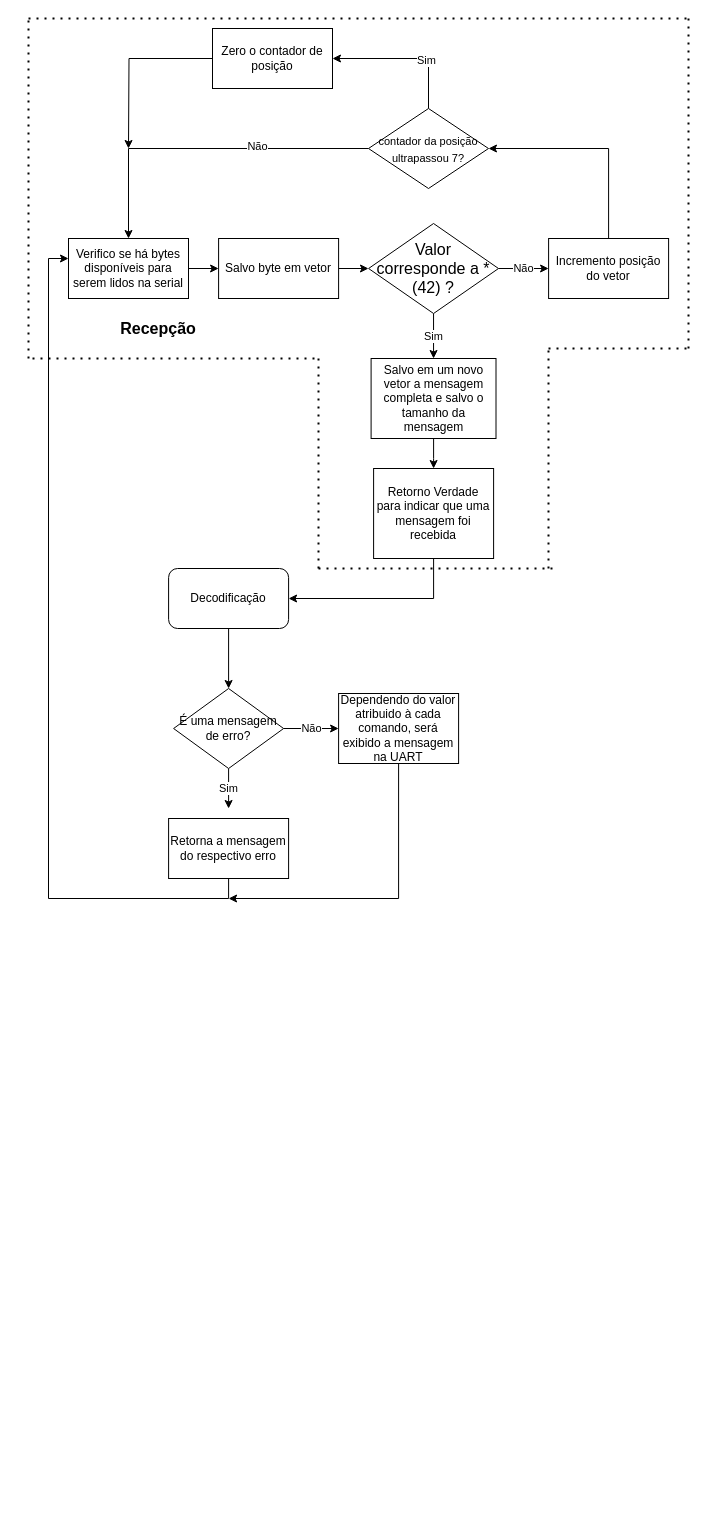
Before: Projeto 2/EA076_Fluxograma_1.drawio in GustavoFA/EA076_2022_1S, a draw.io diagram. Source tidied: cells renumbered, new cells numbered last; positions are measured from the earlier drawing's top-left corner, leaving out a move shared by most shapes. Both pictures are drawn from the tidied source at 100%, with x=0, y=0 at pixel (28, 18).
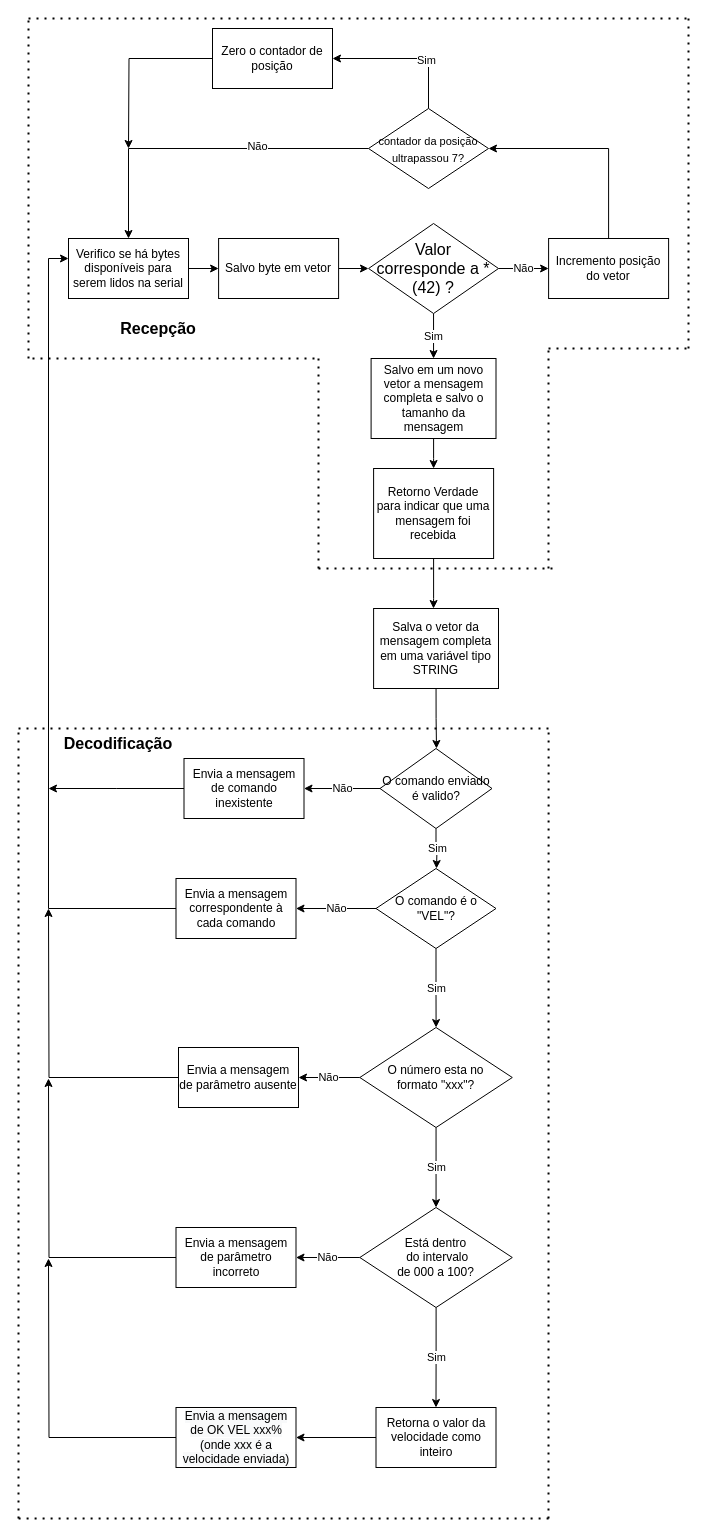
The same page after the edit.

Unchanged cells that the change refers to:
```xml
<mxCell id="10" value="Retorno Verdade para indicar que uma mensagem foi recebida" style="rounded=0;whiteSpace=wrap;html=1;" parent="1" vertex="1">
  <mxGeometry x="345.1" y="450" width="120" height="90" as="geometry" />
</mxCell>
```

The edit, as a diff of the source:
```diff
@@
-    <mxCell id="2" style="edgeStyle=orthogonalEdgeStyle;rounded=0;jettySize=auto;html=1;exitX=0.5;exitY=1;exitDx=0;exitDy=0;entryX=0.5;entryY=0;entryDx=0;entryDy=0;" parent="1" edge="1" source="3" target="13">
-      <mxGeometry relative="1" as="geometry" />
-    </mxCell>
-    <mxCell id="3" value="Decodificação" style="rounded=1;whiteSpace=wrap;html=1;" parent="1" vertex="1">
-      <mxGeometry x="140.1" y="550" width="120" height="60" as="geometry" />
-    </mxCell>
@@
-    <mxCell id="9" style="edgeStyle=orthogonalEdgeStyle;rounded=0;jettySize=auto;html=1;exitX=0.5;exitY=1;exitDx=0;exitDy=0;entryX=1;entryY=0.5;entryDx=0;entryDy=0;" parent="1" edge="1" source="10" target="3">
-      <mxGeometry relative="1" as="geometry" />
+    <mxCell id="9" style="edgeStyle=orthogonalEdgeStyle;rounded=0;jettySize=auto;html=1;exitX=0.5;exitY=1;exitDx=0;exitDy=0;" parent="1" edge="1" source="10">
+      <mxGeometry relative="1" as="geometry">
+        <mxPoint x="405" y="590" as="targetPoint" />
+        <Array as="points">
+          <mxPoint x="405" y="580" />
+        </Array>
+      </mxGeometry>
     </mxCell>
@@
-    <mxCell id="11" value="Sim" style="edgeStyle=orthogonalEdgeStyle;rounded=0;jettySize=auto;html=1;exitX=0.5;exitY=1;exitDx=0;exitDy=0;" parent="1" edge="1" source="13">
-      <mxGeometry relative="1" as="geometry">
-        <mxPoint x="200.1" y="790" as="targetPoint" />
-      </mxGeometry>
-    </mxCell>
-    <mxCell id="12" value="Não" style="edgeStyle=orthogonalEdgeStyle;rounded=0;jettySize=auto;html=1;exitX=1;exitY=0.5;exitDx=0;exitDy=0;entryX=0;entryY=0.5;entryDx=0;entryDy=0;" parent="1" edge="1" source="13" target="17">
-      <mxGeometry relative="1" as="geometry" />
-    </mxCell>
-    <mxCell id="13" value="É uma mensagem de erro?" style="rhombus;whiteSpace=wrap;html=1;" parent="1" vertex="1">
-      <mxGeometry x="145.1" y="670" width="110" height="80" as="geometry" />
-    </mxCell>
-    <mxCell id="14" style="edgeStyle=orthogonalEdgeStyle;rounded=0;jettySize=auto;html=1;exitX=0.5;exitY=1;exitDx=0;exitDy=0;" parent="1" edge="1" source="15">
+    <mxCell id="14" style="edgeStyle=orthogonalEdgeStyle;rounded=0;jettySize=auto;html=1;exitX=0;exitY=0.5;exitDx=0;exitDy=0;" parent="1" edge="1" source="49">
       <mxGeometry relative="1" as="geometry">
         <mxPoint x="40" y="240" as="targetPoint" />
         <Array as="points">
-          <mxPoint x="200" y="880" />
-          <mxPoint x="20" y="880" />
+          <mxPoint x="20" y="890" />
           <mxPoint x="20" y="240" />
-          <mxPoint x="40" y="240" />
         </Array>
       </mxGeometry>
     </mxCell>
-    <mxCell id="15" value="Retorna a mensagem do respectivo erro" style="rounded=0;whiteSpace=wrap;html=1;" parent="1" vertex="1">
-      <mxGeometry x="140.1" y="800" width="120" height="60" as="geometry" />
-    </mxCell>
-    <mxCell id="16" style="edgeStyle=orthogonalEdgeStyle;rounded=0;jettySize=auto;html=1;exitX=0.5;exitY=1;exitDx=0;exitDy=0;" parent="1" edge="1" source="17">
-      <mxGeometry relative="1" as="geometry">
-        <mxPoint x="200.1" y="880" as="targetPoint" />
-        <Array as="points">
-          <mxPoint x="370.1" y="880" />
-        </Array>
-      </mxGeometry>
-    </mxCell>
-    <mxCell id="17" value="Dependendo do valor atribuido à cada comando, será exibido a mensagem na UART" style="rounded=0;whiteSpace=wrap;html=1;" parent="1" vertex="1">
-      <mxGeometry x="310.1" y="675" width="120" height="70" as="geometry" />
-    </mxCell>
@@
+    <mxCell id="40" style="edgeStyle=orthogonalEdgeStyle;rounded=0;jettySize=auto;html=1;exitX=0.5;exitY=1;exitDx=0;exitDy=0;" parent="1" edge="1" source="41">
+      <mxGeometry relative="1" as="geometry">
+        <mxPoint x="408" y="730" as="targetPoint" />
+      </mxGeometry>
+    </mxCell>
+    <mxCell id="41" value="Salva o vetor da mensagem completa em uma variável tipo STRING" style="rounded=0;whiteSpace=wrap;html=1;" parent="1" vertex="1">
+      <mxGeometry x="345.1" y="590" width="124.9" height="80" as="geometry" />
+    </mxCell>
+    <mxCell id="42" value="Não" style="edgeStyle=orthogonalEdgeStyle;rounded=0;jettySize=auto;html=1;" parent="1" edge="1" source="43" target="45">
+      <mxGeometry relative="1" as="geometry" />
+    </mxCell>
+    <mxCell id="11" value="Sim" style="edgeStyle=orthogonalEdgeStyle;rounded=0;jettySize=auto;html=1;exitX=0.5;exitY=1;exitDx=0;exitDy=0;" parent="1" edge="1" source="43">
+      <mxGeometry relative="1" as="geometry">
+        <mxPoint x="408" y="850" as="targetPoint" />
+      </mxGeometry>
+    </mxCell>
+    <mxCell id="43" value="O comando enviado é valido?" style="rhombus;whiteSpace=wrap;html=1;" parent="1" vertex="1">
+      <mxGeometry x="351.5" y="730" width="112" height="80" as="geometry" />
+    </mxCell>
+    <mxCell id="44" style="edgeStyle=orthogonalEdgeStyle;rounded=0;jettySize=auto;html=1;exitX=0;exitY=0.5;exitDx=0;exitDy=0;" parent="1" edge="1" source="45">
+      <mxGeometry relative="1" as="geometry">
+        <mxPoint x="20" y="770" as="targetPoint" />
+      </mxGeometry>
+    </mxCell>
+    <mxCell id="45" value="Envia a mensagem de comando inexistente" style="whiteSpace=wrap;html=1;" parent="1" vertex="1">
+      <mxGeometry x="155.5" y="740" width="120" height="60" as="geometry" />
+    </mxCell>
+    <mxCell id="46" value="Não" style="edgeStyle=orthogonalEdgeStyle;rounded=0;jettySize=auto;html=1;" parent="1" edge="1" source="48" target="49">
+      <mxGeometry relative="1" as="geometry" />
+    </mxCell>
+    <mxCell id="47" value="Sim" style="edgeStyle=orthogonalEdgeStyle;rounded=0;jettySize=auto;html=1;" parent="1" edge="1" source="48" target="52">
+      <mxGeometry relative="1" as="geometry" />
+    </mxCell>
+    <mxCell id="48" value="O comando é o &lt;br&gt;&quot;VEL&quot;?" style="rhombus;whiteSpace=wrap;html=1;" parent="1" vertex="1">
+      <mxGeometry x="347.5" y="850" width="120" height="80" as="geometry" />
+    </mxCell>
+    <mxCell id="49" value="Envia a mensagem correspondente à cada comando" style="whiteSpace=wrap;html=1;" parent="1" vertex="1">
+      <mxGeometry x="147.5" y="860" width="120" height="60" as="geometry" />
+    </mxCell>
+    <mxCell id="50" value="Não" style="edgeStyle=orthogonalEdgeStyle;rounded=0;jettySize=auto;html=1;" parent="1" edge="1" source="52" target="54">
+      <mxGeometry relative="1" as="geometry" />
+    </mxCell>
+    <mxCell id="51" value="Sim" style="edgeStyle=orthogonalEdgeStyle;rounded=0;jettySize=auto;html=1;" parent="1" edge="1" source="52" target="57">
+      <mxGeometry relative="1" as="geometry" />
+    </mxCell>
+    <mxCell id="52" value="O número esta no &lt;br&gt;formato &quot;xxx&quot;?" style="rhombus;whiteSpace=wrap;html=1;" parent="1" vertex="1">
+      <mxGeometry x="331.3" y="1009" width="152.5" height="100" as="geometry" />
+    </mxCell>
+    <mxCell id="53" style="edgeStyle=orthogonalEdgeStyle;rounded=0;jettySize=auto;html=1;exitX=0;exitY=0.5;exitDx=0;exitDy=0;" parent="1" edge="1" source="54">
+      <mxGeometry relative="1" as="geometry">
+        <mxPoint x="20" y="890" as="targetPoint" />
+      </mxGeometry>
+    </mxCell>
+    <mxCell id="54" value="Envia a mensagem de parâmetro ausente" style="whiteSpace=wrap;html=1;" parent="1" vertex="1">
+      <mxGeometry x="150" y="1029" width="120" height="60" as="geometry" />
+    </mxCell>
+    <mxCell id="55" value="Não" style="edgeStyle=orthogonalEdgeStyle;rounded=0;jettySize=auto;html=1;" parent="1" edge="1" source="57" target="59">
+      <mxGeometry relative="1" as="geometry" />
+    </mxCell>
+    <mxCell id="56" value="Sim" style="edgeStyle=orthogonalEdgeStyle;rounded=0;jettySize=auto;html=1;" parent="1" edge="1" source="57" target="61">
+      <mxGeometry relative="1" as="geometry" />
+    </mxCell>
+    <mxCell id="57" value="Está dentro&lt;br&gt;&amp;nbsp;do intervalo &lt;br&gt;de 000 a 100?" style="rhombus;whiteSpace=wrap;html=1;" parent="1" vertex="1">
+      <mxGeometry x="331.3" y="1189" width="152.5" height="100" as="geometry" />
+    </mxCell>
+    <mxCell id="58" style="edgeStyle=orthogonalEdgeStyle;rounded=0;jettySize=auto;html=1;exitX=0;exitY=0.5;exitDx=0;exitDy=0;" parent="1" edge="1" source="59">
+      <mxGeometry relative="1" as="geometry">
+        <mxPoint x="20" y="1060" as="targetPoint" />
+      </mxGeometry>
+    </mxCell>
+    <mxCell id="59" value="Envia a mensagem de parâmetro incorreto" style="whiteSpace=wrap;html=1;" parent="1" vertex="1">
+      <mxGeometry x="147.5" y="1209" width="120" height="60" as="geometry" />
+    </mxCell>
+    <mxCell id="60" style="edgeStyle=orthogonalEdgeStyle;rounded=0;jettySize=auto;html=1;" parent="1" edge="1" source="61" target="63">
+      <mxGeometry relative="1" as="geometry" />
+    </mxCell>
+    <mxCell id="61" value="Retorna o valor da velocidade como inteiro" style="whiteSpace=wrap;html=1;" parent="1" vertex="1">
+      <mxGeometry x="347.5" y="1389" width="120" height="60" as="geometry" />
+    </mxCell>
+    <mxCell id="62" style="edgeStyle=orthogonalEdgeStyle;rounded=0;jettySize=auto;html=1;exitX=0;exitY=0.5;exitDx=0;exitDy=0;" parent="1" edge="1" source="63">
+      <mxGeometry relative="1" as="geometry">
+        <mxPoint x="20" y="1240" as="targetPoint" />
+      </mxGeometry>
+    </mxCell>
+    <mxCell id="63" value="&#10;&#10;&lt;span style=&quot;color: rgb(0, 0, 0); font-family: helvetica; font-size: 12px; font-style: normal; font-weight: 400; letter-spacing: normal; text-align: center; text-indent: 0px; text-transform: none; word-spacing: 0px; background-color: rgb(248, 249, 250); display: inline; float: none;&quot;&gt;Envia a mensagem de OK VEL xxx% (onde xxx é a velocidade enviada)&lt;/span&gt;&#10;&#10;" style="whiteSpace=wrap;html=1;" parent="1" vertex="1">
+      <mxGeometry x="147.5" y="1389" width="120" height="60" as="geometry" />
+    </mxCell>
+    <mxCell id="64" style="endArrow=none;dashed=1;html=1;dashPattern=1 3;strokeWidth=2;rounded=0;" parent="1" edge="1">
+      <mxGeometry relative="1" as="geometry">
+        <mxPoint x="-10" y="710" as="sourcePoint" />
+        <mxPoint x="520" y="710" as="targetPoint" />
+      </mxGeometry>
+    </mxCell>
+    <mxCell id="65" style="endArrow=none;dashed=1;html=1;dashPattern=1 3;strokeWidth=2;rounded=0;" parent="1" edge="1">
+      <mxGeometry relative="1" as="geometry">
+        <mxPoint x="520" y="1500" as="sourcePoint" />
+        <mxPoint x="520.1" y="710" as="targetPoint" />
+      </mxGeometry>
+    </mxCell>
+    <mxCell id="66" style="endArrow=none;dashed=1;html=1;dashPattern=1 3;strokeWidth=2;rounded=0;" parent="1" edge="1">
+      <mxGeometry relative="1" as="geometry">
+        <mxPoint x="-10" y="1500" as="sourcePoint" />
+        <mxPoint x="-10" y="710" as="targetPoint" />
+      </mxGeometry>
+    </mxCell>
+    <mxCell id="67" style="endArrow=none;dashed=1;html=1;dashPattern=1 3;strokeWidth=2;rounded=0;" parent="1" edge="1">
+      <mxGeometry relative="1" as="geometry">
+        <mxPoint x="-9.9" y="1500" as="sourcePoint" />
+        <mxPoint x="520.1" y="1500" as="targetPoint" />
+      </mxGeometry>
+    </mxCell>
+    <mxCell id="3" value="&lt;font size=&quot;1&quot;&gt;&lt;b style=&quot;font-size: 16px&quot;&gt;Decodificação&lt;/b&gt;&lt;/font&gt;" style="text;html=1;strokeColor=none;fillColor=none;align=center;verticalAlign=middle;whiteSpace=wrap;rounded=0;" parent="1" vertex="1">
+      <mxGeometry x="60" y="710" width="60" height="30" as="geometry" />
+    </mxCell>
```
